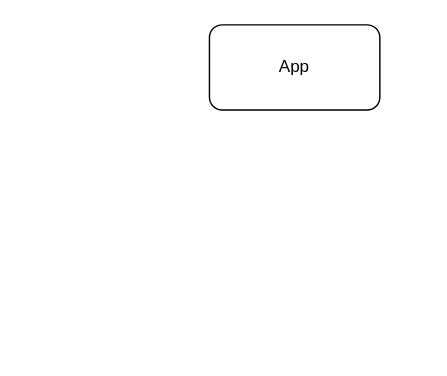
The draw.io diagram ct.drawio in SchoolOfCode/bc14_w11d5_hackathon_react-typescript-room_15_akiel_latifa_michael, before the edit. Source tidied: cells renumbered, new cells numbered last; positions are measured from the earlier drawing's top-left corner, leaving out a move shared by most shapes. Both pictures are drawn from the tidied source at 142%, with x=0, y=0 at pixel (209, 24).
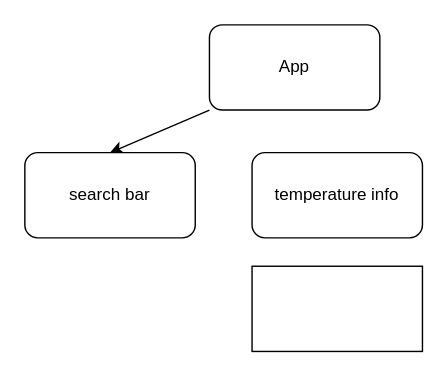
After the change.

Commit message:
more component tree

What changed in the source:
```diff
@@
 <mxGraphModel>
   <root>
     <mxCell id="0" />
     <mxCell id="1" parent="0" />
+    <mxCell id="3" style="edgeStyle=none;html=1;exitX=0;exitY=1;exitDx=0;exitDy=0;entryX=0.5;entryY=0;entryDx=0;entryDy=0;" parent="1" edge="1" source="2" target="4">
+      <mxGeometry relative="1" as="geometry" />
+    </mxCell>
     <mxCell id="2" value="App" style="rounded=1;whiteSpace=wrap;html=1;" parent="1" vertex="1">
       <mxGeometry width="120" height="60" as="geometry" />
     </mxCell>
+    <mxCell id="4" value="search bar" style="rounded=1;whiteSpace=wrap;html=1;" parent="1" vertex="1">
+      <mxGeometry x="-130" y="90" width="120" height="60" as="geometry" />
+    </mxCell>
+    <mxCell id="5" value="temperature info" style="rounded=1;whiteSpace=wrap;html=1;" parent="1" vertex="1">
+      <mxGeometry x="30" y="90" width="120" height="60" as="geometry" />
+    </mxCell>
+    <mxCell id="6" style="rounded=0;whiteSpace=wrap;html=1;" parent="1" vertex="1">
+      <mxGeometry x="30" y="170" width="120" height="60" as="geometry" />
+    </mxCell>
   </root>
 </mxGraphModel>
```
